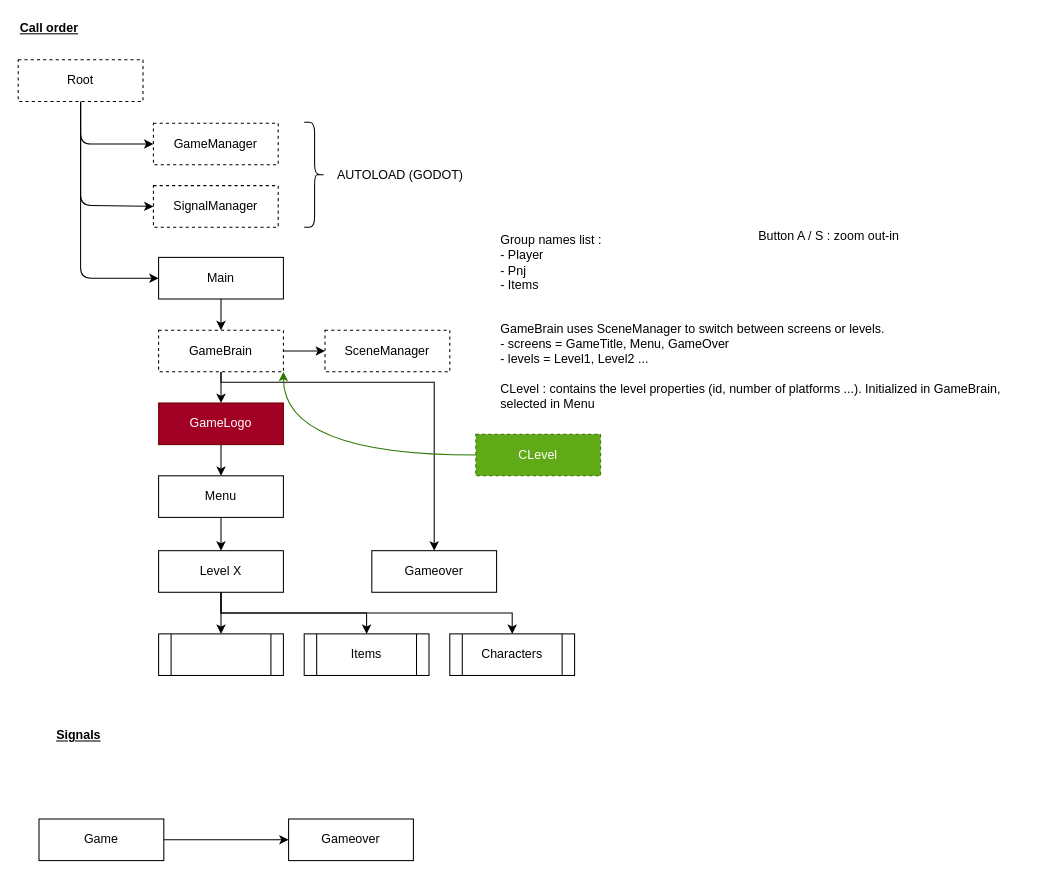
Above: page "Main" (3 of 7) of documents/README.drawio in cvionnet/Godot-Shoot-em-up (draw.io), before the change. Source tidied: cells renumbered, new cells numbered last; positions are measured from the earlier drawing's top-left corner, leaving out a move shared by most shapes. Both pictures are drawn from the tidied source at 104%, with x=0, y=0 at pixel (18, 18).
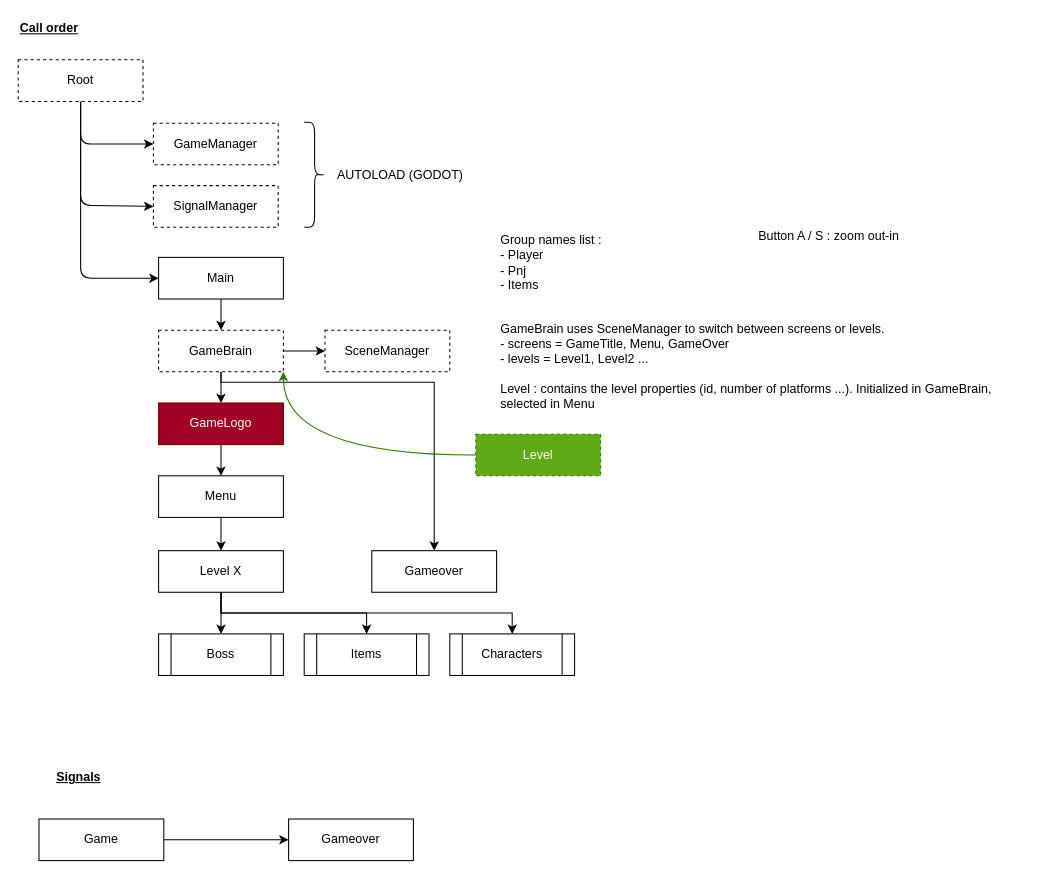
The same page after the edit.

Change to the diagram source:
```diff
@@
     <mxCell id="10" value="Signals" style="text;html=1;strokeColor=none;fillColor=none;align=left;verticalAlign=middle;whiteSpace=wrap;rounded=0;dashed=1;fontStyle=5;" parent="1" vertex="1">
-      <mxGeometry x="35" y="680" width="140" height="20" as="geometry" />
+      <mxGeometry x="35" y="720" width="140" height="20" as="geometry" />
     </mxCell>
@@
-    <mxCell id="21" style="shape=process;whiteSpace=wrap;html=1;backgroundOutline=1;" parent="1" vertex="1">
+    <mxCell id="21" value="Boss" style="shape=process;whiteSpace=wrap;html=1;backgroundOutline=1;" parent="1" vertex="1">
       <mxGeometry x="135" y="592" width="120" height="40" as="geometry" />
     </mxCell>
@@
-    <mxCell id="23" value="CLevel" style="rounded=0;whiteSpace=wrap;html=1;dashed=1;fillColor=#60a917;strokeColor=#2D7600;fontColor=#ffffff;" parent="1" vertex="1">
+    <mxCell id="23" value="Level" style="rounded=0;whiteSpace=wrap;html=1;dashed=1;fillColor=#60a917;strokeColor=#2D7600;fontColor=#ffffff;" parent="1" vertex="1">
       <mxGeometry x="440" y="400" width="120" height="40" as="geometry" />
     </mxCell>
-    <mxCell id="24" value="&lt;span style=&quot;font-style: normal&quot;&gt;GameBrain uses SceneManager to switch between screens or levels.&lt;br&gt;- screens = GameTitle, Menu, GameOver&lt;br&gt;- levels = Level1,&amp;nbsp;&lt;/span&gt;&lt;span style=&quot;font-style: normal&quot;&gt;Level2 ...&lt;/span&gt;&lt;span style=&quot;font-style: normal&quot;&gt;&lt;br&gt;&lt;br&gt;CLevel : contains the level properties (id, number of platforms ...). Initialized in GameBrain, selected in Menu&lt;/span&gt;&lt;span style=&quot;font-style: normal&quot;&gt;&lt;br&gt;&lt;/span&gt;" style="text;html=1;strokeColor=none;fillColor=none;align=left;verticalAlign=middle;whiteSpace=wrap;rounded=0;dashed=1;fontStyle=2;" parent="1" vertex="1">
+    <mxCell id="24" value="&lt;span style=&quot;font-style: normal&quot;&gt;GameBrain uses SceneManager to switch between screens or levels.&lt;br&gt;- screens = GameTitle, Menu, GameOver&lt;br&gt;- levels = Level1,&amp;nbsp;&lt;/span&gt;&lt;span style=&quot;font-style: normal&quot;&gt;Level2 ...&lt;/span&gt;&lt;span style=&quot;font-style: normal&quot;&gt;&lt;br&gt;&lt;br&gt;Level : contains the level properties (id, number of platforms ...). Initialized in GameBrain, selected in Menu&lt;/span&gt;&lt;span style=&quot;font-style: normal&quot;&gt;&lt;br&gt;&lt;/span&gt;" style="text;html=1;strokeColor=none;fillColor=none;align=left;verticalAlign=middle;whiteSpace=wrap;rounded=0;dashed=1;fontStyle=2;" parent="1" vertex="1">
       <mxGeometry x="462" y="290" width="516" height="90" as="geometry" />
     </mxCell>
```
